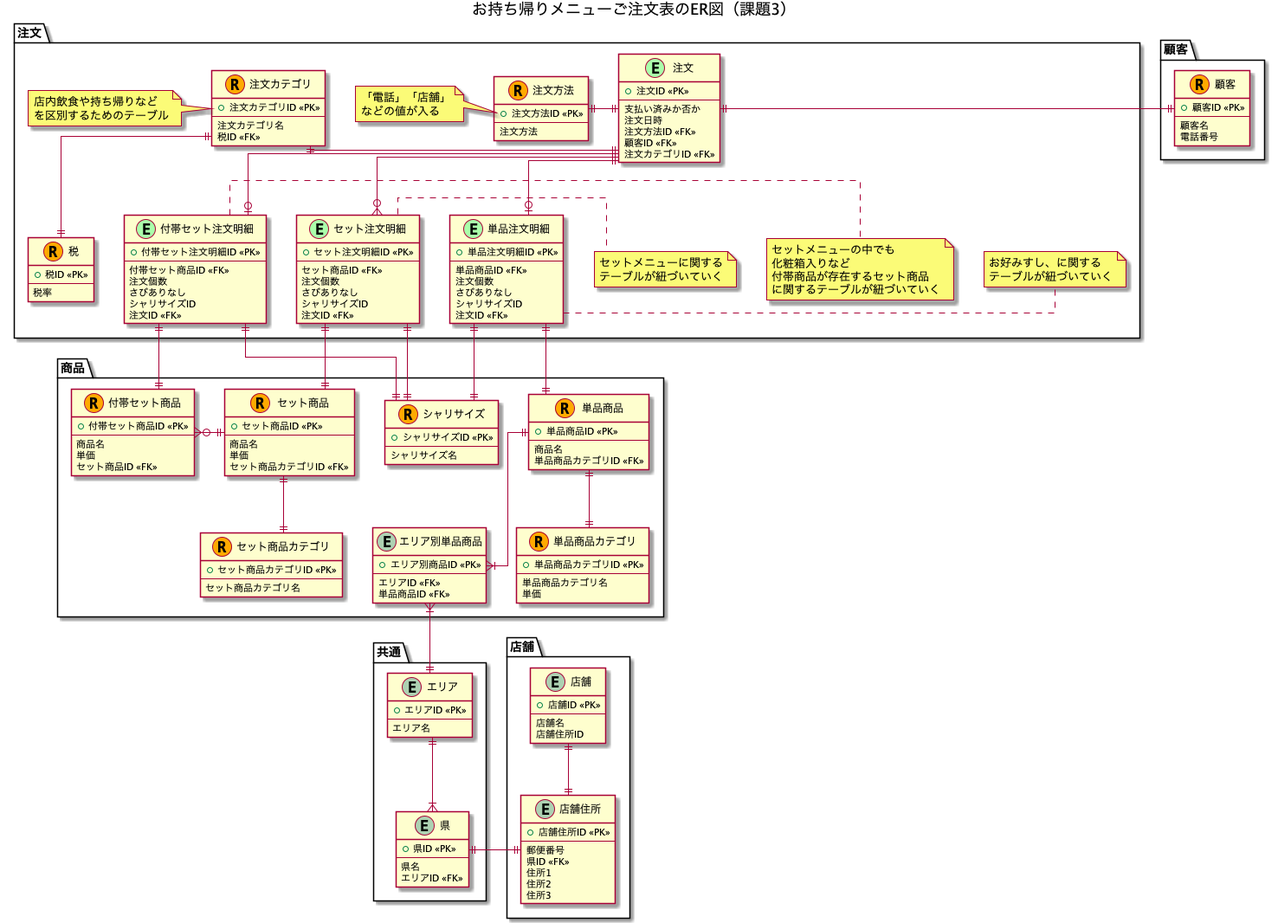
Earlier version of the PlantUML export assets/お持ち帰りメニューご注文表のER図（課題3）.png (kamimi01/praha_challenge_tasks). The source it was exported from:
```plantuml
@startuml

title "お持ち帰りメニューご注文表のER図（課題3）"

skinparam Linetype ortho


!define EVENT_MARK_COLOR AAFFAA
!define RESOURCE_MARK_COLOR FFAA00

package "注文" as orderpkg {
  entity "注文" as order <<E, EVENT_MARK_COLOR>> {
    + 注文ID <<PK>>
    ---
    支払い済みか否か
    注文日時
    注文方法ID <<FK>>
    顧客ID <<FK>>
    注文カテゴリID <<FK>>
  }

  entity "セット注文明細" as set_order_detail <<E, EVENT_MARK_COLOR>> {
    + セット注文明細ID <<PK>>
    ---
    セット商品ID <<FK>>
    注文個数
    さびありなし
    シャリサイズID
    注文ID <<FK>>
  }

  note right of set_order_detail
    セットメニューに関する
    テーブルが紐づいていく
  end note

  entity "付帯セット注文明細" as set_accessorial_order_detail <<E, EVENT_MARK_COLOR>> {
    + 付帯セット注文明細ID <<PK>>
    ---
    付帯セット商品ID <<FK>>
    注文個数
    さびありなし
    シャリサイズID
    注文ID <<FK>>
  }

  note right of set_accessorial_order_detail
    セットメニューの中でも
    化粧箱入りなど
    付帯商品が存在するセット商品
    に関するテーブルが紐づいていく
  end note

  entity "単品注文明細" as order_detail <<E, EVENT_MARK_COLOR>> {
    + 単品注文明細ID <<PK>>
    ---
    単品商品ID <<FK>>
    注文個数
    さびありなし
    シャリサイズID
    注文ID <<FK>>
  }

  note right of order_detail
    お好みすし、に関する
    テーブルが紐づいていく
  end note

  entity "注文方法" as order_method <<R, RESOURCE_MARK_COLOR>> {
    + 注文方法ID <<PK>>
    ---
    注文方法
  }

  note left of order_method::注文方法
    「電話」「店舗」
    などの値が入る
  end note

  entity "注文カテゴリ" as order_category <<R, RESOURCE_MARK_COLOR>> {
    + 注文カテゴリID <<PK>>
    ---
    注文カテゴリ名
    税ID <<FK>>
  }

  note left of order_category
    店内飲食や持ち帰りなど
    を区別するためのテーブル
  end note

  entity "税" as tax <<R, RESOURCE_MARK_COLOR>> {
    + 税ID <<PK>>
    ---
    税率
  }
}

package "商品" as productpkg {
  entity "単品商品" as product <<R, RESOURCE_MARK_COLOR>> {
    + 単品商品ID <<PK>>
    ---
    商品名
    単品商品カテゴリID <<FK>>
  }

  entity "セット商品" as set_product <<R, RESOURCE_MARK_COLOR>> {
    + セット商品ID <<PK>>
    ---
    商品名
    単価
    セット商品カテゴリID <<FK>>
  }

  entity "付帯セット商品" as accessorial_set_product <<R, RESOURCE_MARK_COLOR>> {
    + 付帯セット商品ID <<PK>>
    ---
    商品名
    単価
    セット商品ID <<FK>>
  }

  entity "セット商品カテゴリ" as set_product_class <<R, RESOURCE_MARK_COLOR>> {
    + セット商品カテゴリID <<PK>>
    ---
    セット商品カテゴリ名
  }

  entity "単品商品カテゴリ" as product_class <<R, RESOURCE_MARK_COLOR>> {
    + 単品商品カテゴリID <<PK>>
    ---
    単品商品カテゴリ名
    単価
  }

  entity "シャリサイズ" as sharisize <<R, RESOURCE_MARK_COLOR>> {
    + シャリサイズID <<PK>>
    ---
    シャリサイズ名
  }

  entity "エリア別単品商品" as area_product {
    + エリア別商品ID <<PK>>
    ---
    エリアID <<FK>>
    単品商品ID <<FK>>
  }
}

package "顧客" as customerpkg {
  entity "顧客" as customer <<R, RESOURCE_MARK_COLOR>> {
    + 顧客ID <<PK>>
    ---
    顧客名
    電話番号
  }
}

package "店舗" as shoppkg {
  entity "店舗" as shop {
    + 店舗ID <<PK>>
    ---
    店舗名
    店舗住所ID
  }

  entity "店舗住所" as shop_address {
    + 店舗住所ID <<PK>>
    ---
    郵便番号
    県ID <<FK>>
    住所1
    住所2
    住所3
  }
}

package "共通" as commonpdk {
  entity "県" as prefecture {
    + 県ID <<PK>>
    ---
    県名
    エリアID <<FK>>
  }

  entity "エリア" as area {
    + エリアID <<PK>>
    ---
    エリア名
  }
}

order ||-l-|| order_method
order ||-d-o| order_detail
order ||-d-o{ set_order_detail
order ||-d-o| set_accessorial_order_detail
order ||-l-|| order_category
set_order_detail ||-d-|| set_product
set_order_detail ||--|| sharisize
order_detail ||--|| product
order_detail ||--|| sharisize
set_accessorial_order_detail ||--|| accessorial_set_product
set_accessorial_order_detail ||--|| sharisize
set_product ||-d-|| set_product_class
set_product ||-r-o{ accessorial_set_product
product ||--|| product_class
order ||-l-|| customer
order_category ||--|| tax
shop ||--|| shop_address
shop_address ||-r-|| prefecture
area ||--|{ prefecture
product ||--|{ area_product
area_product }|--|| area

@enduml
```
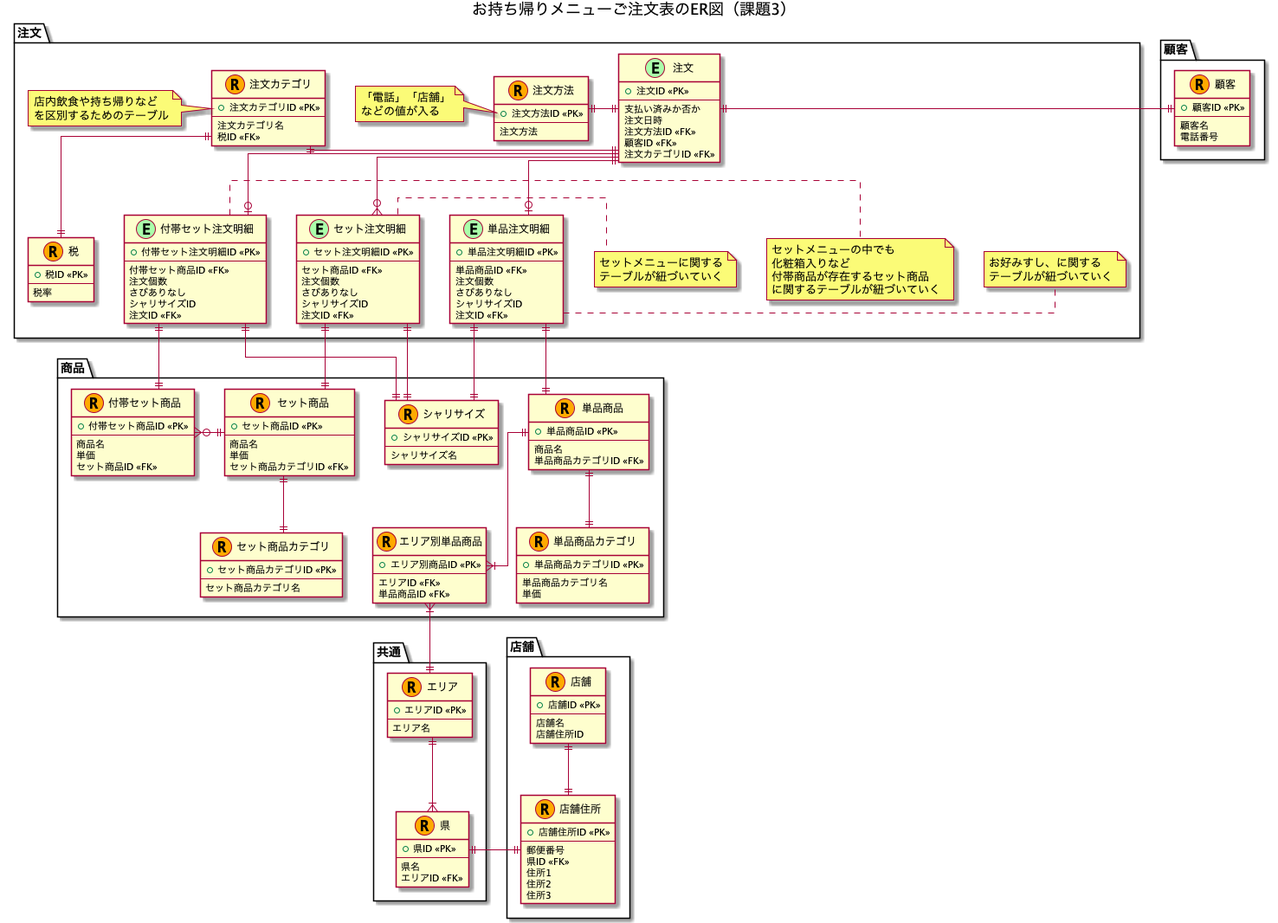
After the commit.

Change to the diagram source:
```diff
@@ -139,7 +139,7 @@
     シャリサイズ名
   }
 
-  entity "エリア別単品商品" as area_product {
+  entity "エリア別単品商品" as area_product <<R, RESOURCE_MARK_COLOR>> {
     + エリア別商品ID <<PK>>
     ---
     エリアID <<FK>>
@@ -157,14 +157,14 @@
 }
 
 package "店舗" as shoppkg {
-  entity "店舗" as shop {
+  entity "店舗" as shop <<R, RESOURCE_MARK_COLOR>> {
     + 店舗ID <<PK>>
     ---
     店舗名
     店舗住所ID
   }
 
-  entity "店舗住所" as shop_address {
+  entity "店舗住所" as shop_address <<R, RESOURCE_MARK_COLOR>> {
     + 店舗住所ID <<PK>>
     ---
     郵便番号
@@ -176,14 +176,14 @@
 }
 
 package "共通" as commonpdk {
-  entity "県" as prefecture {
+  entity "県" as prefecture <<R, RESOURCE_MARK_COLOR>> {
     + 県ID <<PK>>
     ---
     県名
     エリアID <<FK>>
   }
 
-  entity "エリア" as area {
+  entity "エリア" as area <<R, RESOURCE_MARK_COLOR>> {
     + エリアID <<PK>>
     ---
     エリア名
```
